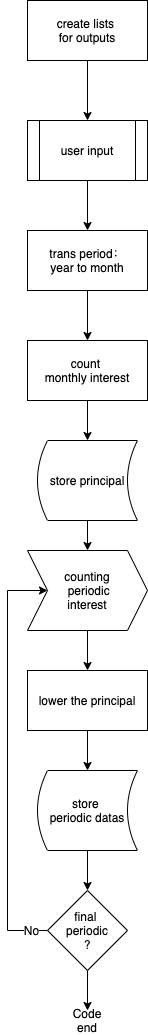
Earlier version of the draw.io export images/hw1.png (twdiamdiam/Financial_Engineering). Source tidied: cells renumbered, new cells last; positions are measured from the earlier drawing's top-left corner, leaving out a move shared by most shapes. Source of this version:
```xml
<mxGraphModel>
  <root>
    <mxCell id="0" />
    <mxCell id="1" parent="0" />
    <mxCell id="2" style="edgeStyle=orthogonalEdgeStyle;rounded=0;jettySize=auto;html=1;exitX=0.5;exitY=1;exitDx=0;exitDy=0;" parent="1" edge="1" source="3">
      <mxGeometry relative="1" as="geometry">
        <mxPoint x="80" y="230" as="targetPoint" />
      </mxGeometry>
    </mxCell>
    <mxCell id="3" value="user input" style="shape=process;whiteSpace=wrap;html=1;backgroundOutline=1;" parent="1" vertex="1">
      <mxGeometry x="20" y="120" width="120" height="60" as="geometry" />
    </mxCell>
    <mxCell id="4" style="edgeStyle=orthogonalEdgeStyle;rounded=0;jettySize=auto;html=1;exitX=0.5;exitY=1;exitDx=0;exitDy=0;entryX=0.5;entryY=0;entryDx=0;entryDy=0;" parent="1" edge="1" source="5" target="3">
      <mxGeometry relative="1" as="geometry" />
    </mxCell>
    <mxCell id="5" value="&lt;span style=&quot;white-space: normal&quot;&gt;create lists&amp;nbsp;&lt;/span&gt;&lt;br style=&quot;white-space: normal&quot;&gt;&lt;span style=&quot;white-space: normal&quot;&gt;for outputs&lt;/span&gt;" style="rounded=0;whiteSpace=wrap;html=1;" parent="1" vertex="1">
      <mxGeometry x="20" width="120" height="60" as="geometry" />
    </mxCell>
    <mxCell id="6" style="edgeStyle=orthogonalEdgeStyle;rounded=0;jettySize=auto;html=1;exitX=0.5;exitY=1;exitDx=0;exitDy=0;entryX=0.5;entryY=0;entryDx=0;entryDy=0;" parent="1" edge="1" source="7" target="9">
      <mxGeometry relative="1" as="geometry" />
    </mxCell>
    <mxCell id="7" value="trans period：&lt;br&gt;year to month" style="rounded=0;whiteSpace=wrap;html=1;" parent="1" vertex="1">
      <mxGeometry x="20" y="230" width="120" height="60" as="geometry" />
    </mxCell>
    <mxCell id="8" style="edgeStyle=orthogonalEdgeStyle;rounded=0;jettySize=auto;html=1;exitX=0.5;exitY=1;exitDx=0;exitDy=0;entryX=0.5;entryY=0;entryDx=0;entryDy=0;" parent="1" edge="1" source="9" target="13">
      <mxGeometry relative="1" as="geometry" />
    </mxCell>
    <mxCell id="9" value="count &lt;br&gt;monthly interest" style="rounded=0;whiteSpace=wrap;html=1;" parent="1" vertex="1">
      <mxGeometry x="20" y="340" width="120" height="60" as="geometry" />
    </mxCell>
    <mxCell id="10" style="edgeStyle=orthogonalEdgeStyle;rounded=0;jettySize=auto;html=1;exitX=0.5;exitY=1;exitDx=0;exitDy=0;entryX=0.5;entryY=0;entryDx=0;entryDy=0;" parent="1" edge="1" source="11" target="15">
      <mxGeometry relative="1" as="geometry" />
    </mxCell>
    <mxCell id="11" value="counting&lt;br&gt;&amp;nbsp;periodic&lt;br&gt;interest" style="shape=step;perimeter=stepPerimeter;whiteSpace=wrap;html=1;fixedSize=1;" parent="1" vertex="1">
      <mxGeometry x="20" y="550" width="120" height="80" as="geometry" />
    </mxCell>
    <mxCell id="12" style="edgeStyle=orthogonalEdgeStyle;rounded=0;jettySize=auto;html=1;exitX=0.5;exitY=1;exitDx=0;exitDy=0;entryX=0.5;entryY=0;entryDx=0;entryDy=0;" parent="1" edge="1" source="13" target="11">
      <mxGeometry relative="1" as="geometry" />
    </mxCell>
    <mxCell id="13" value="store principal" style="shape=dataStorage;whiteSpace=wrap;html=1;" parent="1" vertex="1">
      <mxGeometry x="30" y="440" width="100" height="80" as="geometry" />
    </mxCell>
    <mxCell id="14" style="edgeStyle=orthogonalEdgeStyle;rounded=0;jettySize=auto;html=1;exitX=0.5;exitY=1;exitDx=0;exitDy=0;entryX=0.5;entryY=0;entryDx=0;entryDy=0;" parent="1" edge="1" source="15" target="17">
      <mxGeometry relative="1" as="geometry" />
    </mxCell>
    <mxCell id="15" value="lower the principal" style="rounded=0;whiteSpace=wrap;html=1;" parent="1" vertex="1">
      <mxGeometry x="20" y="670" width="120" height="60" as="geometry" />
    </mxCell>
    <mxCell id="16" style="edgeStyle=orthogonalEdgeStyle;rounded=0;jettySize=auto;html=1;exitX=0.5;exitY=1;exitDx=0;exitDy=0;entryX=0.5;entryY=0;entryDx=0;entryDy=0;" parent="1" edge="1" source="17" target="21">
      <mxGeometry relative="1" as="geometry" />
    </mxCell>
    <mxCell id="17" value="store &lt;br&gt;periodic datas" style="shape=dataStorage;whiteSpace=wrap;html=1;" parent="1" vertex="1">
      <mxGeometry x="30" y="770" width="100" height="80" as="geometry" />
    </mxCell>
    <mxCell id="18" style="edgeStyle=orthogonalEdgeStyle;rounded=0;jettySize=auto;html=1;exitX=0;exitY=0.5;exitDx=0;exitDy=0;entryX=0;entryY=0.5;entryDx=0;entryDy=0;" parent="1" edge="1" source="21" target="11">
      <mxGeometry relative="1" as="geometry">
        <Array as="points">
          <mxPoint y="930" />
          <mxPoint y="590" />
        </Array>
      </mxGeometry>
    </mxCell>
    <mxCell id="19" value="No" style="text;html=1;align=center;verticalAlign=middle;labelBackgroundColor=#ffffff;" parent="18" vertex="1">
      <mxGeometry x="-0.92" y="-1" relative="1" as="geometry" />
    </mxCell>
    <mxCell id="20" style="edgeStyle=orthogonalEdgeStyle;rounded=0;jettySize=auto;html=1;exitX=0.5;exitY=1;exitDx=0;exitDy=0;entryX=0.5;entryY=0;entryDx=0;entryDy=0;" parent="1" edge="1" source="21" target="22">
      <mxGeometry relative="1" as="geometry" />
    </mxCell>
    <mxCell id="21" value="final &lt;br&gt;periodic&lt;br&gt;?" style="rhombus;whiteSpace=wrap;html=1;" parent="1" vertex="1">
      <mxGeometry x="40" y="890" width="80" height="80" as="geometry" />
    </mxCell>
    <mxCell id="22" value="Code end" style="text;html=1;strokeColor=none;fillColor=none;align=center;verticalAlign=middle;whiteSpace=wrap;rounded=0;" parent="1" vertex="1">
      <mxGeometry x="60" y="1010" width="40" height="20" as="geometry" />
    </mxCell>
  </root>
</mxGraphModel>
```
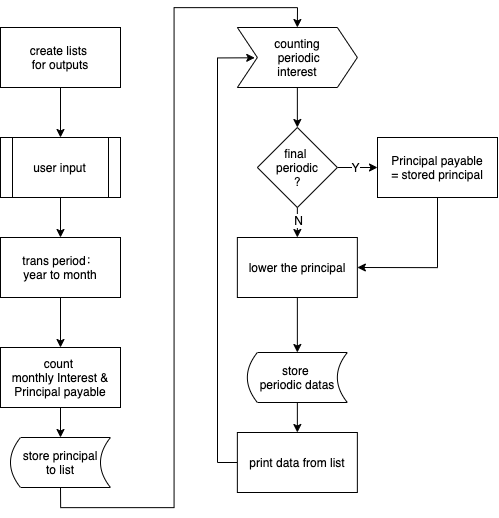
The same file after the commit.

Diff of the diagram source:
```diff
@@ -8,13 +8,13 @@
       </mxGeometry>
     </mxCell>
     <mxCell id="3" value="user input" style="shape=process;whiteSpace=wrap;html=1;backgroundOutline=1;" parent="1" vertex="1">
-      <mxGeometry x="20" y="120" width="120" height="60" as="geometry" />
+      <mxGeometry x="20" y="130" width="120" height="60" as="geometry" />
     </mxCell>
     <mxCell id="4" style="edgeStyle=orthogonalEdgeStyle;rounded=0;jettySize=auto;html=1;exitX=0.5;exitY=1;exitDx=0;exitDy=0;entryX=0.5;entryY=0;entryDx=0;entryDy=0;" parent="1" edge="1" source="5" target="3">
       <mxGeometry relative="1" as="geometry" />
     </mxCell>
     <mxCell id="5" value="&lt;span style=&quot;white-space: normal&quot;&gt;create lists&amp;nbsp;&lt;/span&gt;&lt;br style=&quot;white-space: normal&quot;&gt;&lt;span style=&quot;white-space: normal&quot;&gt;for outputs&lt;/span&gt;" style="rounded=0;whiteSpace=wrap;html=1;" parent="1" vertex="1">
-      <mxGeometry x="20" width="120" height="60" as="geometry" />
+      <mxGeometry x="20" y="20" width="120" height="60" as="geometry" />
     </mxCell>
     <mxCell id="6" style="edgeStyle=orthogonalEdgeStyle;rounded=0;jettySize=auto;html=1;exitX=0.5;exitY=1;exitDx=0;exitDy=0;entryX=0.5;entryY=0;entryDx=0;entryDy=0;" parent="1" edge="1" source="7" target="9">
       <mxGeometry relative="1" as="geometry" />
@@ -25,52 +25,64 @@
     <mxCell id="8" style="edgeStyle=orthogonalEdgeStyle;rounded=0;jettySize=auto;html=1;exitX=0.5;exitY=1;exitDx=0;exitDy=0;entryX=0.5;entryY=0;entryDx=0;entryDy=0;" parent="1" edge="1" source="9" target="13">
       <mxGeometry relative="1" as="geometry" />
     </mxCell>
-    <mxCell id="9" value="count &lt;br&gt;monthly interest" style="rounded=0;whiteSpace=wrap;html=1;" parent="1" vertex="1">
+    <mxCell id="9" value="count &lt;br&gt;monthly Interest &amp;amp;&lt;br&gt;Principal payable" style="rounded=0;whiteSpace=wrap;html=1;" parent="1" vertex="1">
       <mxGeometry x="20" y="340" width="120" height="60" as="geometry" />
     </mxCell>
-    <mxCell id="10" style="edgeStyle=orthogonalEdgeStyle;rounded=0;jettySize=auto;html=1;exitX=0.5;exitY=1;exitDx=0;exitDy=0;entryX=0.5;entryY=0;entryDx=0;entryDy=0;" parent="1" edge="1" source="11" target="15">
-      <mxGeometry relative="1" as="geometry" />
-    </mxCell>
+    <mxCell id="23" style="edgeStyle=orthogonalEdgeStyle;rounded=0;jettySize=auto;html=1;exitX=0.5;exitY=1;exitDx=0;exitDy=0;entryX=0.5;entryY=0;entryDx=0;entryDy=0;" parent="1" edge="1" source="11" target="21">
+      <mxGeometry relative="1" as="geometry" />
+    </mxCell>
     <mxCell id="11" value="counting&lt;br&gt;&amp;nbsp;periodic&lt;br&gt;interest" style="shape=step;perimeter=stepPerimeter;whiteSpace=wrap;html=1;fixedSize=1;" parent="1" vertex="1">
-      <mxGeometry x="20" y="550" width="120" height="80" as="geometry" />
+      <mxGeometry x="256.9" y="20" width="120" height="60" as="geometry" />
     </mxCell>
     <mxCell id="12" style="edgeStyle=orthogonalEdgeStyle;rounded=0;jettySize=auto;html=1;exitX=0.5;exitY=1;exitDx=0;exitDy=0;entryX=0.5;entryY=0;entryDx=0;entryDy=0;" parent="1" edge="1" source="13" target="11">
       <mxGeometry relative="1" as="geometry" />
     </mxCell>
-    <mxCell id="13" value="store principal" style="shape=dataStorage;whiteSpace=wrap;html=1;" parent="1" vertex="1">
-      <mxGeometry x="30" y="440" width="100" height="80" as="geometry" />
+    <mxCell id="13" value="store principal&lt;br&gt;to list" style="shape=dataStorage;whiteSpace=wrap;html=1;" parent="1" vertex="1">
+      <mxGeometry x="30" y="430" width="100" height="50" as="geometry" />
     </mxCell>
     <mxCell id="14" style="edgeStyle=orthogonalEdgeStyle;rounded=0;jettySize=auto;html=1;exitX=0.5;exitY=1;exitDx=0;exitDy=0;entryX=0.5;entryY=0;entryDx=0;entryDy=0;" parent="1" edge="1" source="15" target="17">
       <mxGeometry relative="1" as="geometry" />
     </mxCell>
     <mxCell id="15" value="lower the principal" style="rounded=0;whiteSpace=wrap;html=1;" parent="1" vertex="1">
-      <mxGeometry x="20" y="670" width="120" height="60" as="geometry" />
+      <mxGeometry x="256.9" y="230" width="120" height="60" as="geometry" />
     </mxCell>
-    <mxCell id="16" style="edgeStyle=orthogonalEdgeStyle;rounded=0;jettySize=auto;html=1;exitX=0.5;exitY=1;exitDx=0;exitDy=0;entryX=0.5;entryY=0;entryDx=0;entryDy=0;" parent="1" edge="1" source="17" target="21">
-      <mxGeometry relative="1" as="geometry" />
-    </mxCell>
+    <mxCell id="24" style="edgeStyle=orthogonalEdgeStyle;rounded=0;jettySize=auto;html=1;exitX=0.5;exitY=1;exitDx=0;exitDy=0;entryX=0.5;entryY=0;entryDx=0;entryDy=0;" parent="1" edge="1" source="17" target="30">
+      <mxGeometry relative="1" as="geometry" />
+    </mxCell>
     <mxCell id="17" value="store &lt;br&gt;periodic datas" style="shape=dataStorage;whiteSpace=wrap;html=1;" parent="1" vertex="1">
-      <mxGeometry x="30" y="770" width="100" height="80" as="geometry" />
+      <mxGeometry x="266.9" y="345" width="100" height="50" as="geometry" />
     </mxCell>
-    <mxCell id="18" style="edgeStyle=orthogonalEdgeStyle;rounded=0;jettySize=auto;html=1;exitX=0;exitY=0.5;exitDx=0;exitDy=0;entryX=0;entryY=0.5;entryDx=0;entryDy=0;" parent="1" edge="1" source="21" target="11">
-      <mxGeometry relative="1" as="geometry">
-        <Array as="points">
-          <mxPoint y="930" />
-          <mxPoint y="590" />
-        </Array>
-      </mxGeometry>
-    </mxCell>
-    <mxCell id="19" value="No" style="text;html=1;align=center;verticalAlign=middle;labelBackgroundColor=#ffffff;" parent="18" vertex="1">
-      <mxGeometry x="-0.92" y="-1" relative="1" as="geometry" />
-    </mxCell>
-    <mxCell id="20" style="edgeStyle=orthogonalEdgeStyle;rounded=0;jettySize=auto;html=1;exitX=0.5;exitY=1;exitDx=0;exitDy=0;entryX=0.5;entryY=0;entryDx=0;entryDy=0;" parent="1" edge="1" source="21" target="22">
-      <mxGeometry relative="1" as="geometry" />
-    </mxCell>
+    <mxCell id="25" style="edgeStyle=orthogonalEdgeStyle;rounded=0;jettySize=auto;html=1;exitX=1;exitY=0.5;exitDx=0;exitDy=0;entryX=0;entryY=0.5;entryDx=0;entryDy=0;" parent="1" edge="1" source="21" target="32">
+      <mxGeometry relative="1" as="geometry" />
+    </mxCell>
+    <mxCell id="26" value="Y" style="text;html=1;align=center;verticalAlign=middle;labelBackgroundColor=#ffffff;" parent="25" vertex="1">
+      <mxGeometry x="-0.07" y="1" relative="1" as="geometry" />
+    </mxCell>
+    <mxCell id="27" style="edgeStyle=orthogonalEdgeStyle;rounded=0;jettySize=auto;html=1;exitX=0.5;exitY=1;exitDx=0;exitDy=0;entryX=0.5;entryY=0;entryDx=0;entryDy=0;" parent="1" edge="1" source="21" target="15">
+      <mxGeometry relative="1" as="geometry" />
+    </mxCell>
+    <mxCell id="28" value="N" style="text;html=1;align=center;verticalAlign=middle;labelBackgroundColor=#ffffff;" parent="27" vertex="1">
+      <mxGeometry x="-0.22" relative="1" as="geometry" />
+    </mxCell>
     <mxCell id="21" value="final &lt;br&gt;periodic&lt;br&gt;?" style="rhombus;whiteSpace=wrap;html=1;" parent="1" vertex="1">
-      <mxGeometry x="40" y="890" width="80" height="80" as="geometry" />
+      <mxGeometry x="276.9" y="120" width="80" height="80" as="geometry" />
     </mxCell>
-    <mxCell id="22" value="Code end" style="text;html=1;strokeColor=none;fillColor=none;align=center;verticalAlign=middle;whiteSpace=wrap;rounded=0;" parent="1" vertex="1">
-      <mxGeometry x="60" y="1010" width="40" height="20" as="geometry" />
-    </mxCell>
+    <mxCell id="29" style="edgeStyle=orthogonalEdgeStyle;rounded=0;jettySize=auto;html=1;exitX=0;exitY=0.5;exitDx=0;exitDy=0;entryX=0.145;entryY=0.505;entryDx=0;entryDy=0;entryPerimeter=0;" parent="1" edge="1" source="30" target="11">
+      <mxGeometry relative="1" as="geometry">
+        <Array as="points">
+          <mxPoint x="237" y="455" />
+          <mxPoint x="237" y="50" />
+        </Array>
+      </mxGeometry>
+    </mxCell>
+    <mxCell id="30" value="print data from list" style="rounded=0;whiteSpace=wrap;html=1;" parent="1" vertex="1">
+      <mxGeometry x="256.9" y="425" width="120" height="60" as="geometry" />
+    </mxCell>
+    <mxCell id="31" style="edgeStyle=orthogonalEdgeStyle;rounded=0;jettySize=auto;html=1;exitX=0.5;exitY=1;exitDx=0;exitDy=0;entryX=1;entryY=0.5;entryDx=0;entryDy=0;" parent="1" edge="1" source="32" target="15">
+      <mxGeometry relative="1" as="geometry" />
+    </mxCell>
+    <mxCell id="32" value="Principal payable&lt;br&gt;= stored principal" style="rounded=0;whiteSpace=wrap;html=1;" parent="1" vertex="1">
+      <mxGeometry x="397" y="130" width="120" height="60" as="geometry" />
+    </mxCell>
   </root>
 </mxGraphModel>
```
